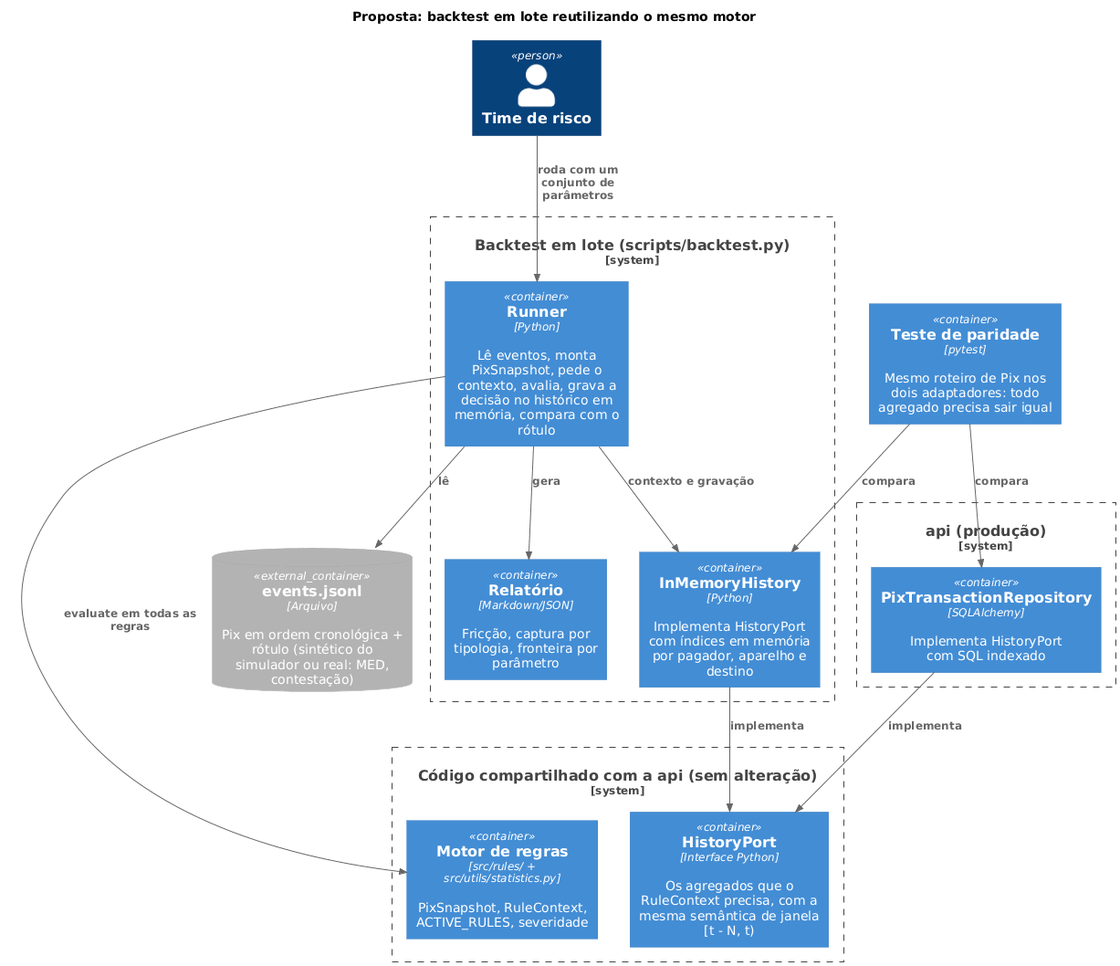
Earlier version of the PlantUML export docs/02-arquitetura/diagramas/c4-backtest.png (phprestes/Hackathon-Anti-Fraud-Pix). Its diagram source:
```plantuml
@startuml
!include https://raw.githubusercontent.com/plantuml-stdlib/C4-PlantUML/master/C4_Container.puml

title Proposta: backtest em lote reutilizando o mesmo motor

Person(risco, "Time de risco")
ContainerDb_Ext(arquivo, "events.jsonl", "Arquivo", "Pix em ordem cronológica + rótulo (sintético do simulador ou real: MED, contestação)")

System_Boundary(bt_boundary, "Backtest em lote (scripts/backtest.py)") {
    Container(runner, "Runner", "Python", "Lê eventos, monta PixSnapshot, pede o contexto, avalia, grava a decisão no histórico em memória, compara com o rótulo")
    Container(mem, "InMemoryHistory", "Python", "Implementa HistoryPort com índices em memória por pagador, aparelho e destino")
    Container(report, "Relatório", "Markdown/JSON", "Fricção, captura por tipologia, fronteira por parâmetro")
}

System_Boundary(shared_boundary, "Código compartilhado com a api (sem alteração)") {
    Container(core, "Motor de regras", "src/rules/ + src/utils/statistics.py", "PixSnapshot, RuleContext, ACTIVE_RULES, severidade")
    Container(port, "HistoryPort", "Interface Python", "Os agregados que o RuleContext precisa, com a mesma semântica de janela [t - N, t)")
}

System_Boundary(prod_boundary, "api (produção)") {
    Container(sqladapter, "PixTransactionRepository", "SQLAlchemy", "Implementa HistoryPort com SQL indexado")
}

Container(parity, "Teste de paridade", "pytest", "Mesmo roteiro de Pix nos dois adaptadores: todo agregado precisa sair igual")

Rel(risco, runner, "roda com um conjunto de parâmetros")
Rel(runner, arquivo, "lê")
Rel(runner, core, "evaluate em todas as regras")
Rel(runner, mem, "contexto e gravação")
Rel(mem, port, "implementa")
Rel(sqladapter, port, "implementa")
Rel(parity, mem, "compara")
Rel(parity, sqladapter, "compara")
Rel(runner, report, "gera")
@enduml
```
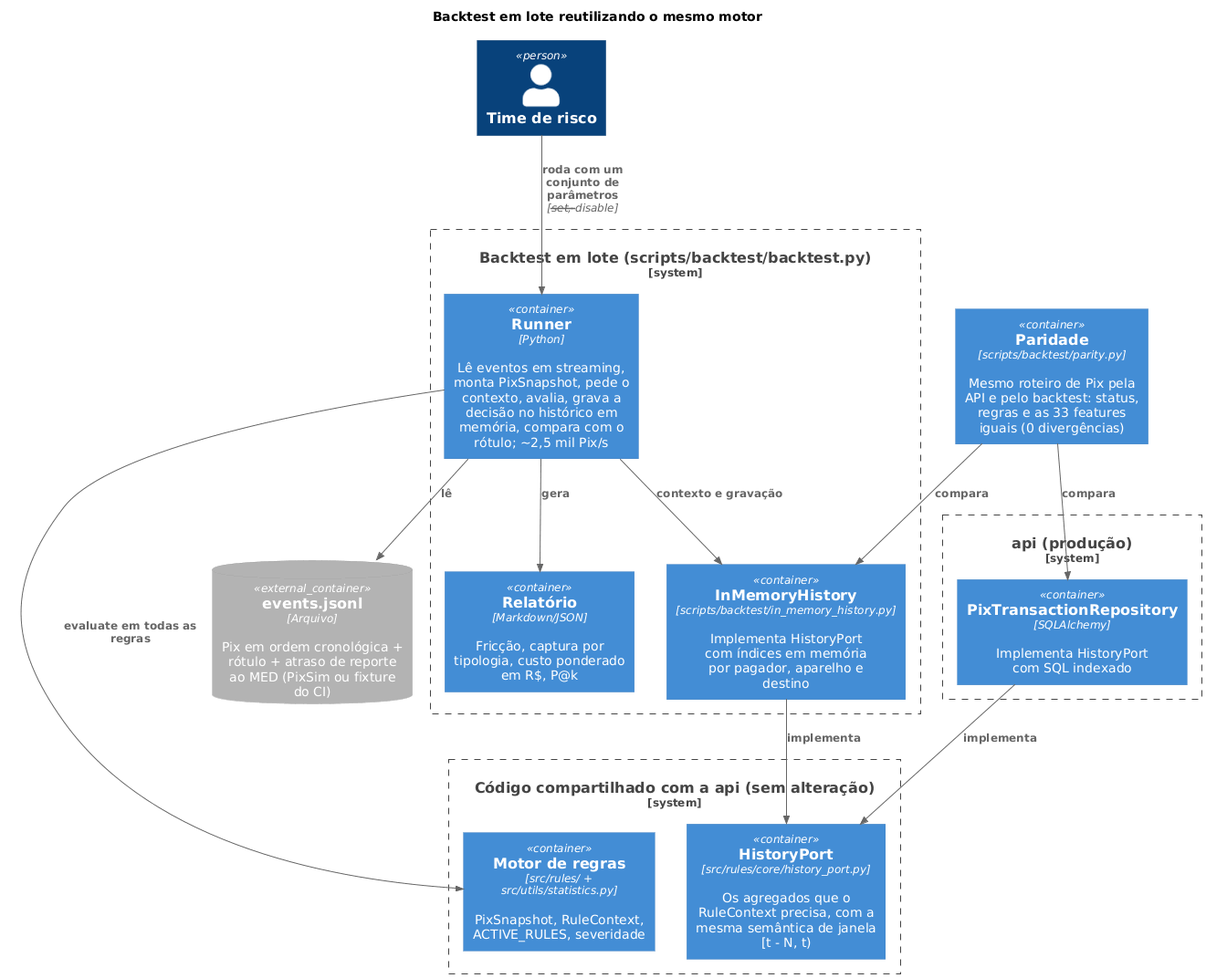
Above is the later version.

Diff of the diagram source:
```diff
@@ -1,29 +1,29 @@
 @startuml
 !include https://raw.githubusercontent.com/plantuml-stdlib/C4-PlantUML/master/C4_Container.puml
 
-title Proposta: backtest em lote reutilizando o mesmo motor
+title Backtest em lote reutilizando o mesmo motor
 
 Person(risco, "Time de risco")
-ContainerDb_Ext(arquivo, "events.jsonl", "Arquivo", "Pix em ordem cronológica + rótulo (sintético do simulador ou real: MED, contestação)")
+ContainerDb_Ext(arquivo, "events.jsonl", "Arquivo", "Pix em ordem cronológica + rótulo + atraso de reporte ao MED (PixSim ou fixture do CI)")
 
-System_Boundary(bt_boundary, "Backtest em lote (scripts/backtest.py)") {
-    Container(runner, "Runner", "Python", "Lê eventos, monta PixSnapshot, pede o contexto, avalia, grava a decisão no histórico em memória, compara com o rótulo")
-    Container(mem, "InMemoryHistory", "Python", "Implementa HistoryPort com índices em memória por pagador, aparelho e destino")
-    Container(report, "Relatório", "Markdown/JSON", "Fricção, captura por tipologia, fronteira por parâmetro")
+System_Boundary(bt_boundary, "Backtest em lote (scripts/backtest/backtest.py)") {
+    Container(runner, "Runner", "Python", "Lê eventos em streaming, monta PixSnapshot, pede o contexto, avalia, grava a decisão no histórico em memória, compara com o rótulo; ~2,5 mil Pix/s")
+    Container(mem, "InMemoryHistory", "scripts/backtest/in_memory_history.py", "Implementa HistoryPort com índices em memória por pagador, aparelho e destino")
+    Container(report, "Relatório", "Markdown/JSON", "Fricção, captura por tipologia, custo ponderado em R$, P@k")
 }
 
 System_Boundary(shared_boundary, "Código compartilhado com a api (sem alteração)") {
     Container(core, "Motor de regras", "src/rules/ + src/utils/statistics.py", "PixSnapshot, RuleContext, ACTIVE_RULES, severidade")
-    Container(port, "HistoryPort", "Interface Python", "Os agregados que o RuleContext precisa, com a mesma semântica de janela [t - N, t)")
+    Container(port, "HistoryPort", "src/rules/core/history_port.py", "Os agregados que o RuleContext precisa, com a mesma semântica de janela [t - N, t)")
 }
 
 System_Boundary(prod_boundary, "api (produção)") {
     Container(sqladapter, "PixTransactionRepository", "SQLAlchemy", "Implementa HistoryPort com SQL indexado")
 }
 
-Container(parity, "Teste de paridade", "pytest", "Mesmo roteiro de Pix nos dois adaptadores: todo agregado precisa sair igual")
+Container(parity, "Paridade", "scripts/backtest/parity.py", "Mesmo roteiro de Pix pela API e pelo backtest: status, regras e as 33 features iguais (0 divergências)")
 
-Rel(risco, runner, "roda com um conjunto de parâmetros")
+Rel(risco, runner, "roda com um conjunto de parâmetros", "--set, --disable")
 Rel(runner, arquivo, "lê")
 Rel(runner, core, "evaluate em todas as regras")
 Rel(runner, mem, "contexto e gravação")
```
